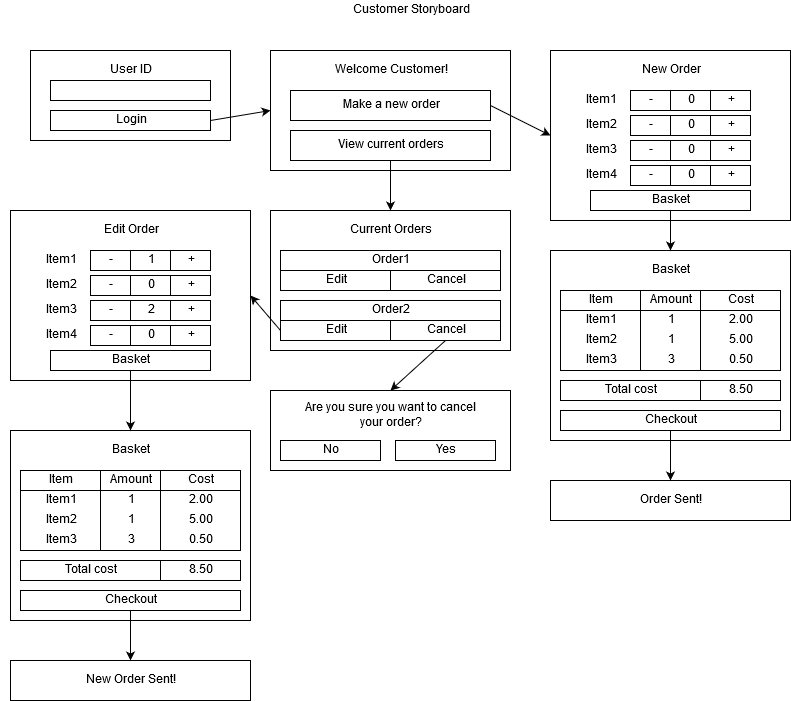
Earlier version of the draw.io export Storyboards/CustomerStoryboard.png (SamuelJordan101/ISAD251). Source tidied: cells renumbered, new cells last; positions are measured from the earlier drawing's top-left corner, leaving out a move shared by most shapes.
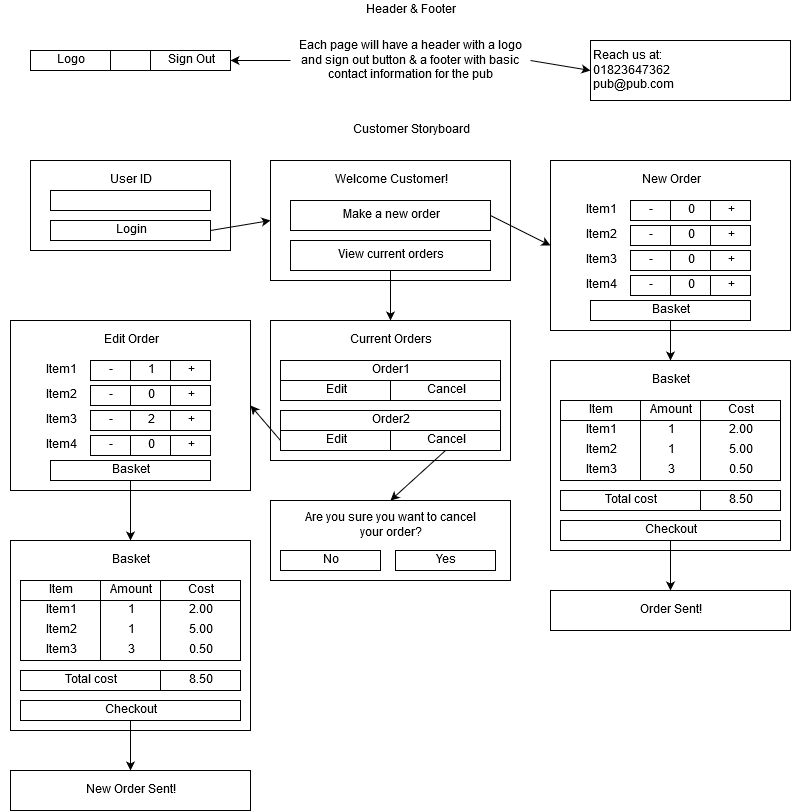
After the commit.

What changed in the source:
```diff
@@ -30,7 +30,7 @@
       <mxGeometry x="290" y="130" width="200" height="30" as="geometry" />
     </mxCell>
     <mxCell id="11" value="&lt;div&gt;Customer Storyboard&lt;/div&gt;" style="text;html=1;strokeColor=none;fillColor=none;align=center;verticalAlign=middle;whiteSpace=wrap;rounded=0;" parent="1" vertex="1">
-      <mxGeometry x="30" width="760" height="20" as="geometry" />
+      <mxGeometry x="30" y="10" width="760" height="20" as="geometry" />
     </mxCell>
     <mxCell id="12" value="Welcome Customer!" style="text;html=1;strokeColor=none;fillColor=none;align=center;verticalAlign=middle;whiteSpace=wrap;rounded=0;" parent="1" vertex="1">
       <mxGeometry x="280" y="60" width="220" height="20" as="geometry" />
@@ -326,5 +326,29 @@
     <mxCell id="109" style="endArrow=classic;html=1;exitX=0.5;exitY=1;exitDx=0;exitDy=0;entryX=0.5;entryY=0;entryDx=0;entryDy=0;" parent="1" edge="1" source="99" target="100">
       <mxGeometry relative="1" as="geometry" />
     </mxCell>
+    <mxCell id="110" value="&lt;div&gt;Header &amp;amp; Footer&lt;/div&gt;" style="text;html=1;strokeColor=none;fillColor=none;align=center;verticalAlign=middle;whiteSpace=wrap;rounded=0;" parent="1" vertex="1">
+      <mxGeometry x="30" y="-110" width="760" height="20" as="geometry" />
+    </mxCell>
+    <mxCell id="111" style="rounded=0;whiteSpace=wrap;html=1;" parent="1" vertex="1">
+      <mxGeometry x="30" y="-60" width="200" height="20" as="geometry" />
+    </mxCell>
+    <mxCell id="112" value="Logo" style="rounded=0;whiteSpace=wrap;html=1;" parent="1" vertex="1">
+      <mxGeometry x="30" y="-60" width="80" height="20" as="geometry" />
+    </mxCell>
+    <mxCell id="113" value="&lt;div&gt;Sign Out&lt;/div&gt;" style="rounded=0;whiteSpace=wrap;html=1;" parent="1" vertex="1">
+      <mxGeometry x="150" y="-60" width="80" height="20" as="geometry" />
+    </mxCell>
+    <mxCell id="114" value="Each page will have a header with a logo and sign out button &amp;amp; a footer with basic contact information for the pub" style="text;html=1;strokeColor=none;fillColor=none;align=center;verticalAlign=middle;whiteSpace=wrap;rounded=0;" parent="1" vertex="1">
+      <mxGeometry x="290" y="-70" width="240" height="40" as="geometry" />
+    </mxCell>
+    <mxCell id="115" value="&lt;div align=&quot;left&quot;&gt;Reach us at:&lt;/div&gt;&lt;div align=&quot;left&quot;&gt;01823647362&lt;/div&gt;&lt;div align=&quot;left&quot;&gt;pub@pub.com&lt;br&gt;&lt;/div&gt;" style="rounded=0;whiteSpace=wrap;html=1;align=left;" parent="1" vertex="1">
+      <mxGeometry x="590" y="-70" width="200" height="60" as="geometry" />
+    </mxCell>
+    <mxCell id="116" style="endArrow=classic;html=1;exitX=0;exitY=0.5;exitDx=0;exitDy=0;entryX=1;entryY=0.5;entryDx=0;entryDy=0;" parent="1" edge="1" source="114" target="113">
+      <mxGeometry relative="1" as="geometry" />
+    </mxCell>
+    <mxCell id="117" style="endArrow=classic;html=1;exitX=1;exitY=0.5;exitDx=0;exitDy=0;entryX=0;entryY=0.5;entryDx=0;entryDy=0;" parent="1" edge="1" source="114" target="115">
+      <mxGeometry relative="1" as="geometry" />
+    </mxCell>
   </root>
 </mxGraphModel>
```
